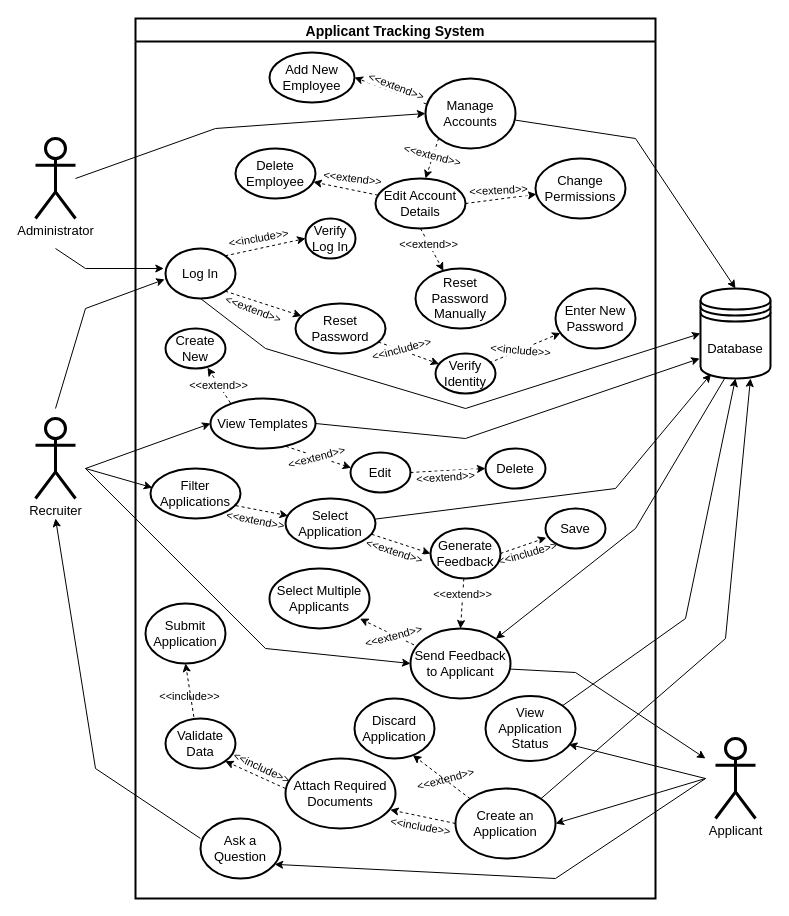
jordanfaulkner2j/HappyTechApplicantTrackingSystem keeps this draw.io diagram as UseCaseDiagram.drawio. Above is the earlier version. Source tidied: cells renumbered, new cells numbered last; positions are measured from the earlier drawing's top-left corner, leaving out a move shared by most shapes. Both pictures are drawn from the tidied source at 100%, with x=0, y=0 at pixel (35, 18).
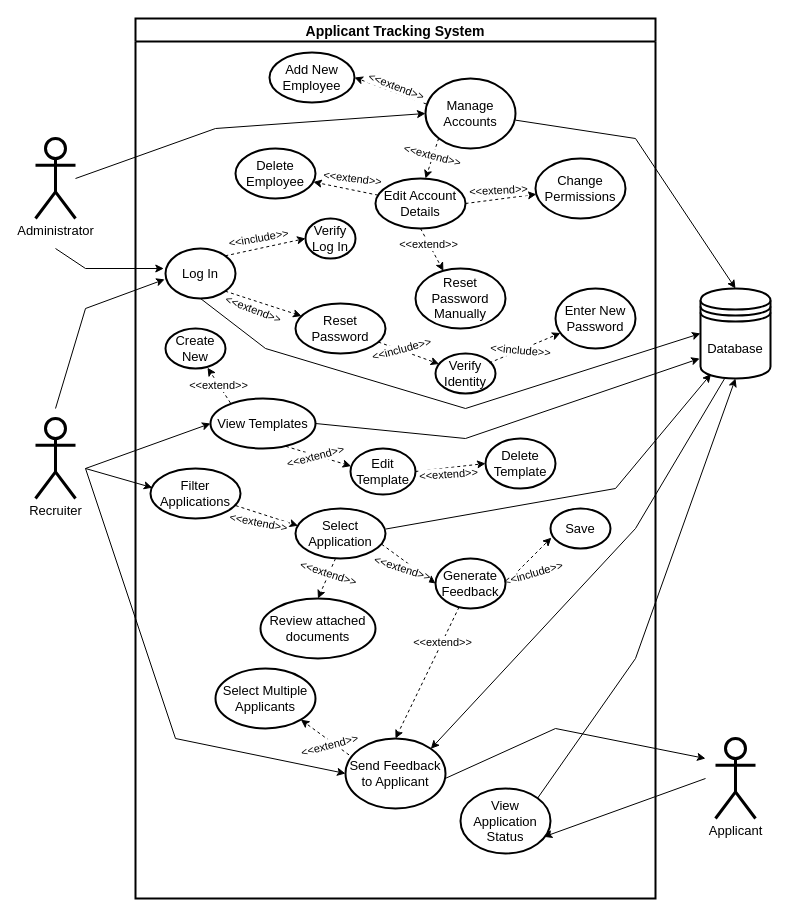
The same page after the edit.

The change refers to these unchanged cells:
```xml
<mxCell id="2" value="Applicant Tracking System" style="swimlane;strokeWidth=2;fontSize=14;fontFamily=Helvetica;fillColor=none;spacing=0;spacingTop=0;" parent="1" vertex="1">
  <mxGeometry x="100" width="520" height="880" as="geometry" />
</mxCell>
<mxCell id="77" value="&lt;span&gt;&lt;font style=&quot;font-size: 13px&quot;&gt;Database&lt;/font&gt;&lt;/span&gt;" style="shape=datastore;whiteSpace=wrap;html=1;fillColor=none;strokeWidth=2;fontFamily=Helvetica;spacing=0;spacingTop=0;fontStyle=0;" parent="1" vertex="1">
  <mxGeometry x="665" y="270" width="70" height="90" as="geometry" />
</mxCell>
```

Diff of the diagram source:
```diff
@@
-    <mxCell id="30" value="&lt;span style=&quot;font-size: 13px&quot;&gt;Ask a Question&lt;/span&gt;" style="ellipse;whiteSpace=wrap;html=1;strokeWidth=2;fillColor=none;fontFamily=Helvetica;spacing=0;spacingTop=0;labelBackgroundColor=none;labelBorderColor=none;" parent="2" vertex="1">
-      <mxGeometry x="65" y="800" width="80" height="60" as="geometry" />
-    </mxCell>
-    <mxCell id="31" style="edgeStyle=none;rounded=0;jettySize=auto;html=1;exitX=0;exitY=0.5;exitDx=0;exitDy=0;strokeWidth=1;fontFamily=Helvetica;fontSize=14;dashed=1;spacing=0;spacingTop=0;labelBackgroundColor=none;labelBorderColor=none;entryX=0.952;entryY=0.733;entryDx=0;entryDy=0;entryPerimeter=0;" parent="2" edge="1" source="35" target="38">
-      <mxGeometry relative="1" as="geometry" />
-    </mxCell>
-    <mxCell id="32" value="&lt;font style=&quot;font-size: 11px;&quot;&gt;&amp;lt;&amp;lt;include&amp;gt;&amp;gt;&lt;/font&gt;" style="edgeLabel;html=1;align=center;verticalAlign=middle;fontSize=11;fontFamily=Helvetica;rotation=10;spacing=0;spacingTop=0;labelBackgroundColor=none;labelBorderColor=none;" parent="31" vertex="1">
-      <mxGeometry x="-0.3" y="3" relative="1" as="geometry">
-        <mxPoint x="-12.7" y="4.2" as="offset" />
-      </mxGeometry>
-    </mxCell>
-    <mxCell id="33" style="edgeStyle=none;rounded=0;jettySize=auto;html=1;exitX=0;exitY=0;exitDx=0;exitDy=0;strokeWidth=1;fontFamily=Helvetica;fontSize=14;dashed=1;spacing=0;spacingTop=0;labelBackgroundColor=none;labelBorderColor=none;entryX=0.729;entryY=0.944;entryDx=0;entryDy=0;entryPerimeter=0;" parent="2" edge="1" source="35" target="39">
-      <mxGeometry relative="1" as="geometry" />
-    </mxCell>
-    <mxCell id="34" value="&lt;font style=&quot;font-size: 11px;&quot;&gt;&amp;lt;&amp;lt;extend&amp;gt;&amp;gt;&lt;/font&gt;" style="edgeLabel;html=1;align=center;verticalAlign=middle;fontSize=11;fontFamily=Helvetica;rotation=-15;spacing=0;spacingTop=0;labelBackgroundColor=none;labelBorderColor=none;" parent="33" vertex="1">
-      <mxGeometry x="0.21" y="-1" relative="1" as="geometry">
-        <mxPoint x="8.8" y="7.5" as="offset" />
-      </mxGeometry>
-    </mxCell>
-    <mxCell id="35" value="&lt;span style=&quot;font-size: 13px&quot;&gt;Create an Application&lt;/span&gt;" style="ellipse;whiteSpace=wrap;html=1;strokeWidth=2;fillColor=none;fontFamily=Helvetica;spacing=0;spacingTop=0;labelBackgroundColor=none;labelBorderColor=none;" parent="2" vertex="1">
-      <mxGeometry x="320" y="770" width="100" height="70" as="geometry" />
-    </mxCell>
-    <mxCell id="36" style="edgeStyle=none;rounded=0;jettySize=auto;html=1;entryX=1;entryY=1;entryDx=0;entryDy=0;strokeWidth=1;fontFamily=Helvetica;fontSize=14;dashed=1;spacing=0;spacingTop=0;labelBackgroundColor=none;labelBorderColor=none;exitX=0;exitY=0.429;exitDx=0;exitDy=0;exitPerimeter=0;" parent="2" edge="1" source="38" target="42">
-      <mxGeometry relative="1" as="geometry" />
-    </mxCell>
-    <mxCell id="37" value="&lt;font style=&quot;font-size: 11px;&quot;&gt;&amp;lt;&amp;lt;include&amp;gt;&amp;gt;&lt;/font&gt;" style="edgeLabel;html=1;align=center;verticalAlign=middle;fontSize=11;fontFamily=Helvetica;rotation=25;spacing=0;spacingTop=0;labelBackgroundColor=none;labelBorderColor=none;" parent="36" vertex="1">
-      <mxGeometry x="-0.29" y="3" relative="1" as="geometry">
-        <mxPoint x="-2.5" y="-14.5" as="offset" />
-      </mxGeometry>
-    </mxCell>
-    <mxCell id="38" value="&lt;span style=&quot;font-size: 13px&quot;&gt;Attach Required Documents&lt;/span&gt;" style="ellipse;whiteSpace=wrap;html=1;strokeWidth=2;fillColor=none;fontFamily=Helvetica;spacing=0;spacingTop=0;labelBackgroundColor=none;labelBorderColor=none;" parent="2" vertex="1">
-      <mxGeometry x="150" y="740" width="110" height="70" as="geometry" />
-    </mxCell>
-    <mxCell id="39" value="&lt;span style=&quot;font-size: 13px&quot;&gt;Discard Application&lt;/span&gt;" style="ellipse;whiteSpace=wrap;html=1;strokeWidth=2;fillColor=none;fontFamily=Helvetica;spacing=0;spacingTop=0;labelBackgroundColor=none;labelBorderColor=none;" parent="2" vertex="1">
-      <mxGeometry x="219" y="680" width="80" height="60" as="geometry" />
-    </mxCell>
-    <mxCell id="40" style="edgeStyle=none;rounded=0;jettySize=auto;html=1;exitX=0.405;exitY=-0.033;exitDx=0;exitDy=0;entryX=0.5;entryY=1;entryDx=0;entryDy=0;strokeWidth=1;fontFamily=Helvetica;fontSize=14;dashed=1;exitPerimeter=0;spacing=0;spacingTop=0;labelBackgroundColor=none;labelBorderColor=none;" parent="2" edge="1" source="42" target="43">
-      <mxGeometry relative="1" as="geometry" />
-    </mxCell>
-    <mxCell id="41" value="&amp;lt;&amp;lt;include&amp;gt;&amp;gt;" style="edgeLabel;html=1;align=center;verticalAlign=middle;fontSize=11;fontFamily=Helvetica;spacing=0;spacingTop=0;labelBackgroundColor=none;labelBorderColor=none;" parent="40" vertex="1">
-      <mxGeometry x="-0.44" relative="1" as="geometry">
-        <mxPoint x="-2.5" y="-6.2" as="offset" />
-      </mxGeometry>
-    </mxCell>
-    <mxCell id="42" value="&lt;span style=&quot;font-size: 13px&quot;&gt;Validate Data&lt;/span&gt;" style="ellipse;whiteSpace=wrap;html=1;strokeWidth=2;fillColor=none;fontFamily=Helvetica;spacing=0;spacingTop=0;labelBackgroundColor=none;labelBorderColor=none;" parent="2" vertex="1">
-      <mxGeometry x="30" y="700" width="70" height="50" as="geometry" />
-    </mxCell>
-    <mxCell id="43" value="&lt;span style=&quot;font-size: 13px&quot;&gt;Submit Application&lt;/span&gt;" style="ellipse;whiteSpace=wrap;html=1;strokeWidth=2;fillColor=none;fontFamily=Helvetica;spacing=0;spacingTop=0;labelBackgroundColor=none;labelBorderColor=none;" parent="2" vertex="1">
-      <mxGeometry x="10" y="585" width="80" height="60" as="geometry" />
-    </mxCell>
-    <mxCell id="44" style="edgeStyle=none;rounded=0;jettySize=auto;html=1;exitX=0.035;exitY=0.234;exitDx=0;exitDy=0;dashed=1;labelBackgroundColor=#ffffff;strokeWidth=1;fontFamily=Helvetica;fontSize=11;exitPerimeter=0;entryX=0.905;entryY=0.837;entryDx=0;entryDy=0;entryPerimeter=0;" parent="2" edge="1" source="46" target="66">
+    <mxCell id="44" style="edgeStyle=none;rounded=0;jettySize=auto;html=1;exitX=0.035;exitY=0.234;exitDx=0;exitDy=0;dashed=1;labelBackgroundColor=#ffffff;strokeWidth=1;fontFamily=Helvetica;fontSize=11;exitPerimeter=0;entryX=1;entryY=1;entryDx=0;entryDy=0;" parent="2" edge="1" source="46" target="66">
       <mxGeometry relative="1" as="geometry" />
     </mxCell>
@@
     <mxCell id="46" value="&lt;span style=&quot;font-size: 13px&quot;&gt;Send Feedback to Applicant&lt;/span&gt;" style="ellipse;whiteSpace=wrap;html=1;strokeWidth=2;fillColor=none;fontFamily=Helvetica;spacing=0;spacingTop=0;labelBackgroundColor=none;labelBorderColor=none;" parent="2" vertex="1">
-      <mxGeometry x="275" y="610" width="100" height="70" as="geometry" />
+      <mxGeometry x="210" y="720" width="100" height="70" as="geometry" />
     </mxCell>
@@
-    <mxCell id="54" value="&lt;span style=&quot;font-size: 13px&quot;&gt;Delete&lt;/span&gt;" style="ellipse;whiteSpace=wrap;html=1;strokeWidth=2;fillColor=none;fontFamily=Helvetica;spacing=0;spacingTop=0;" parent="2" vertex="1">
-      <mxGeometry x="350" y="430" width="60" height="40" as="geometry" />
+    <mxCell id="54" value="&lt;span style=&quot;font-size: 13px&quot;&gt;Delete Template&lt;/span&gt;" style="ellipse;whiteSpace=wrap;html=1;strokeWidth=2;fillColor=none;fontFamily=Helvetica;spacing=0;spacingTop=0;" parent="2" vertex="1">
+      <mxGeometry x="350" y="420" width="70" height="50" as="geometry" />
     </mxCell>
@@
-    <mxCell id="57" value="&lt;span style=&quot;font-size: 13px&quot;&gt;Edit&lt;/span&gt;" style="ellipse;whiteSpace=wrap;html=1;strokeWidth=2;fillColor=none;fontFamily=Helvetica;spacing=0;spacingTop=0;" parent="2" vertex="1">
-      <mxGeometry x="215" y="434" width="60" height="40" as="geometry" />
+    <mxCell id="57" value="&lt;span style=&quot;font-size: 13px&quot;&gt;Edit Template&lt;/span&gt;" style="ellipse;whiteSpace=wrap;html=1;strokeWidth=2;fillColor=none;fontFamily=Helvetica;spacing=0;spacingTop=0;" parent="2" vertex="1">
+      <mxGeometry x="215" y="430" width="65" height="46" as="geometry" />
     </mxCell>
@@
     <mxCell id="63" value="&lt;span style=&quot;font-size: 13px&quot;&gt;Generate Feedback&lt;/span&gt;" style="ellipse;whiteSpace=wrap;html=1;strokeWidth=2;fillColor=none;fontFamily=Helvetica;spacing=0;spacingTop=0;" parent="2" vertex="1">
-      <mxGeometry x="295" y="510" width="70" height="50" as="geometry" />
+      <mxGeometry x="300" y="540" width="70" height="50" as="geometry" />
     </mxCell>
@@
     <mxCell id="66" value="&lt;span style=&quot;font-size: 13px&quot;&gt;Select Multiple Applicants&lt;/span&gt;" style="ellipse;whiteSpace=wrap;html=1;strokeWidth=2;fillColor=none;fontFamily=Helvetica;spacing=0;spacingTop=0;" parent="2" vertex="1">
-      <mxGeometry x="134" y="550" width="100" height="60" as="geometry" />
+      <mxGeometry x="80" y="650" width="100" height="60" as="geometry" />
     </mxCell>
     <mxCell id="67" value="&lt;span style=&quot;font-size: 13px&quot;&gt;View Application Status&lt;/span&gt;" style="ellipse;whiteSpace=wrap;html=1;strokeWidth=2;fillColor=none;fontFamily=Helvetica;spacing=0;spacingTop=0;labelBackgroundColor=none;labelBorderColor=none;" parent="2" vertex="1">
-      <mxGeometry x="350" y="677.5" width="90" height="65" as="geometry" />
+      <mxGeometry x="325" y="770" width="90" height="65" as="geometry" />
     </mxCell>
     <mxCell id="68" value="&lt;span style=&quot;font-size: 13px&quot;&gt;Save&lt;/span&gt;" style="ellipse;whiteSpace=wrap;html=1;strokeWidth=2;fillColor=none;fontFamily=Helvetica;spacing=0;spacingTop=0;" parent="2" vertex="1">
-      <mxGeometry x="410" y="490" width="60" height="40" as="geometry" />
+      <mxGeometry x="415" y="490" width="60" height="40" as="geometry" />
     </mxCell>
@@
     <mxCell id="72" value="&lt;span style=&quot;font-size: 13px&quot;&gt;Select Application&lt;/span&gt;" style="ellipse;whiteSpace=wrap;html=1;strokeWidth=2;fillColor=none;fontFamily=Helvetica;spacing=0;spacingTop=0;" parent="2" vertex="1">
-      <mxGeometry x="150" y="480" width="90" height="50" as="geometry" />
+      <mxGeometry x="160" y="490" width="90" height="50" as="geometry" />
     </mxCell>
+    <mxCell id="95" value="&lt;span style=&quot;font-size: 13px&quot;&gt;Review attached documents&lt;/span&gt;" style="ellipse;whiteSpace=wrap;html=1;strokeWidth=2;fillColor=none;fontFamily=Helvetica;spacing=0;spacingTop=0;" parent="2" vertex="1">
+      <mxGeometry x="125" y="580" width="115" height="60" as="geometry" />
+    </mxCell>
+    <mxCell id="96" style="edgeStyle=none;rounded=0;jettySize=auto;html=1;dashed=1;labelBackgroundColor=#ffffff;strokeWidth=1;fontFamily=Helvetica;fontSize=11;entryX=0.5;entryY=0;entryDx=0;entryDy=0;" parent="2" edge="1" target="95">
+      <mxGeometry relative="1" as="geometry">
+        <mxPoint x="200" y="540" as="sourcePoint" />
+      </mxGeometry>
+    </mxCell>
+    <mxCell id="34" value="&amp;lt;&amp;lt;extend&amp;gt;&amp;gt;" style="edgeLabel;html=1;align=center;verticalAlign=middle;rotation=18;" parent="96" vertex="1">
+      <mxGeometry x="-0.32" y="-1" relative="1" as="geometry">
+        <mxPoint x="-0.2" y="0.8" as="offset" />
+      </mxGeometry>
+    </mxCell>
@@
     <mxCell id="81" style="edgeStyle=none;rounded=0;jettySize=auto;html=1;entryX=0;entryY=0.5;entryDx=0;entryDy=0;strokeWidth=1;fontFamily=Helvetica;fontSize=14;spacing=0;spacingTop=0;" parent="1" edge="1" target="46">
       <mxGeometry relative="1" as="geometry">
         <mxPoint x="50" y="450" as="sourcePoint" />
         <Array as="points">
-          <mxPoint x="230" y="630" />
+          <mxPoint x="140" y="720" />
         </Array>
       </mxGeometry>
     </mxCell>
@@
-    <mxCell id="83" style="edgeStyle=none;rounded=0;jettySize=auto;html=1;entryX=1;entryY=0.5;entryDx=0;entryDy=0;fontFamily=Helvetica;fontSize=14;spacing=0;spacingTop=0;labelBackgroundColor=none;labelBorderColor=none;" parent="1" edge="1" target="35">
-      <mxGeometry relative="1" as="geometry">
-        <mxPoint x="670" y="760" as="sourcePoint" />
-      </mxGeometry>
-    </mxCell>
-    <mxCell id="84" style="edgeStyle=none;rounded=0;jettySize=auto;html=1;entryX=0.927;entryY=0.764;entryDx=0;entryDy=0;fontFamily=Helvetica;fontSize=14;entryPerimeter=0;spacing=0;spacingTop=0;labelBackgroundColor=none;labelBorderColor=none;" parent="1" edge="1" target="30">
-      <mxGeometry relative="1" as="geometry">
-        <mxPoint x="670" y="760" as="sourcePoint" />
-        <Array as="points">
-          <mxPoint x="520" y="860" />
-        </Array>
-      </mxGeometry>
-    </mxCell>
@@
-    <mxCell id="87" style="edgeStyle=none;rounded=0;jettySize=auto;html=1;exitX=0;exitY=0.333;exitDx=0;exitDy=0;strokeWidth=1;fontFamily=Helvetica;fontSize=14;spacing=0;spacingTop=0;exitPerimeter=0;" parent="1" edge="1" source="30">
-      <mxGeometry relative="1" as="geometry">
-        <mxPoint x="20" y="500" as="targetPoint" />
-        <Array as="points">
-          <mxPoint x="60" y="750" />
-        </Array>
-      </mxGeometry>
-    </mxCell>
     <mxCell id="88" style="edgeStyle=none;rounded=0;jettySize=auto;html=1;exitX=0.985;exitY=0.579;exitDx=0;exitDy=0;strokeWidth=1;fontFamily=Helvetica;fontSize=14;spacing=0;spacingTop=0;labelBackgroundColor=none;labelBorderColor=none;exitPerimeter=0;" parent="1" edge="1" source="46">
       <mxGeometry relative="1" as="geometry">
         <mxPoint x="670" y="740" as="targetPoint" />
         <Array as="points">
-          <mxPoint x="540" y="654" />
+          <mxPoint x="520" y="710" />
         </Array>
       </mxGeometry>
     </mxCell>
-    <mxCell id="89" style="edgeStyle=none;rounded=0;jettySize=auto;html=1;strokeWidth=1;fontFamily=Helvetica;fontSize=11;spacing=0;spacingTop=0;exitX=1;exitY=0;exitDx=0;exitDy=0;entryX=0.714;entryY=1;entryDx=0;entryDy=0;entryPerimeter=0;" parent="1" edge="1" source="35" target="77">
-      <mxGeometry relative="1" as="geometry">
-        <Array as="points">
-          <mxPoint x="690" y="620" />
-        </Array>
-      </mxGeometry>
-    </mxCell>
@@
     <mxCell id="94" style="edgeStyle=none;rounded=0;jettySize=auto;html=1;exitX=1;exitY=0;exitDx=0;exitDy=0;entryX=0.5;entryY=1;entryDx=0;entryDy=0;" parent="1" edge="1" source="67" target="77">
       <mxGeometry relative="1" as="geometry">
         <Array as="points">
-          <mxPoint x="650" y="600" />
+          <mxPoint x="600" y="640" />
         </Array>
       </mxGeometry>
     </mxCell>
```
